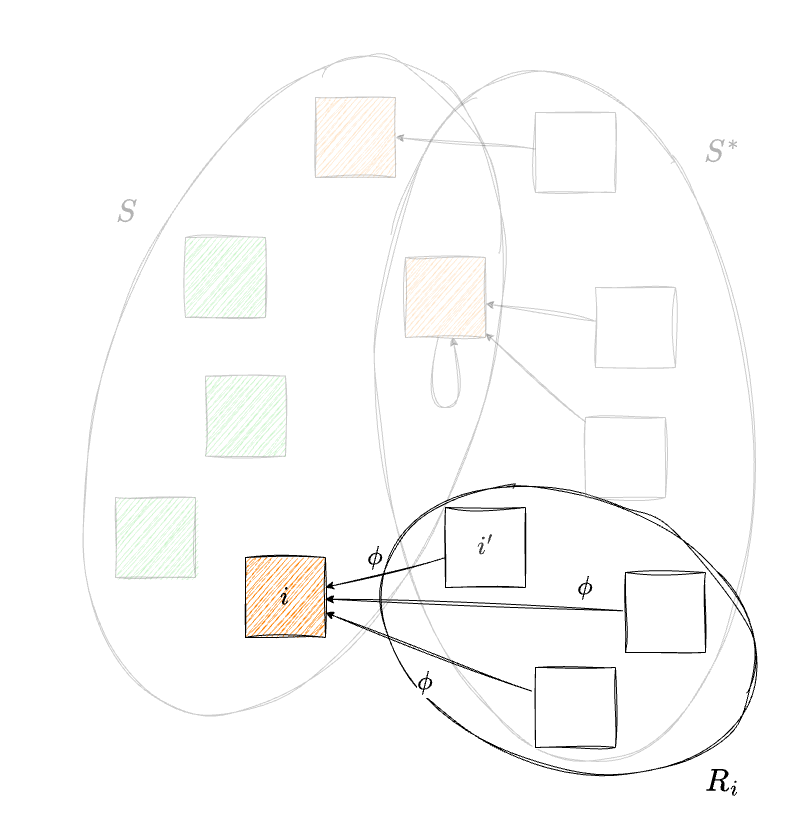
okayama-daiki/approximation-algorithms keeps this draw.io diagram as slides/ch7/figures/unsafe-facility-add.drawio.png. Above is the earlier version. Source tidied: cells renumbered, new cells last; positions are measured from the earlier drawing's top-left corner, leaving out a move shared by most shapes.
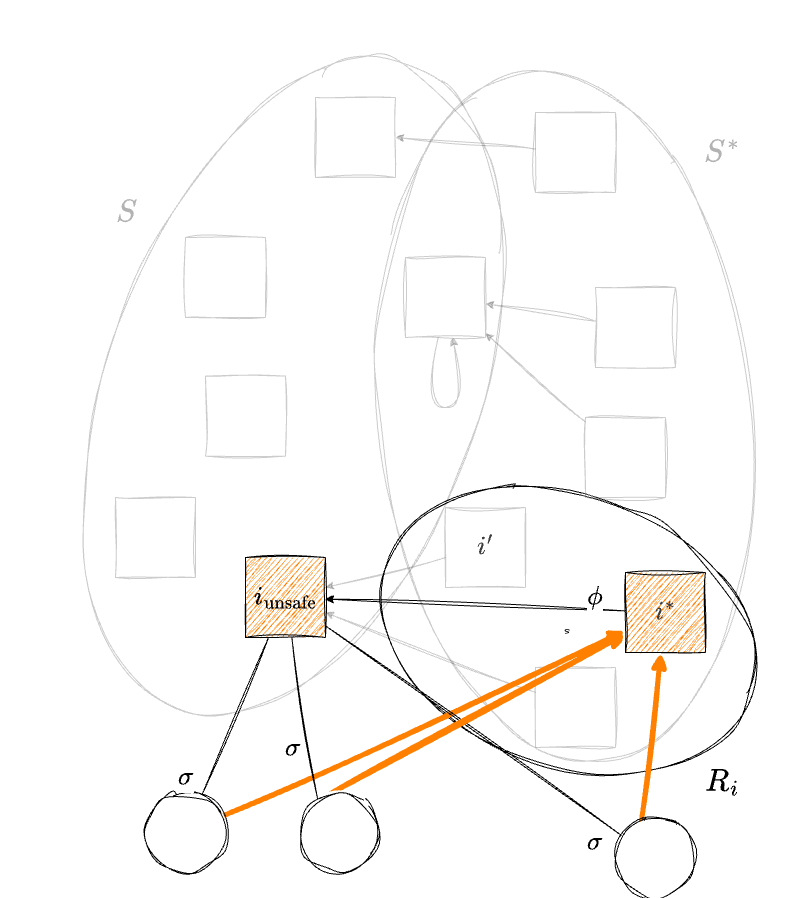
After the change.

Commit message:
Update slides and figures for facility location problem; add new definitions and improve local search algorithm presentation.

Diff of the diagram source:
```diff
@@ -2,7 +2,7 @@
   <root>
     <mxCell id="0" />
     <mxCell id="1" parent="0" />
-    <mxCell id="2" style="ellipse;whiteSpace=wrap;html=1;hachureGap=4;fontFamily=Architects Daughter;fontSource=https%3A%2F%2Ffonts.googleapis.com%2Fcss%3Ffamily%3DArchitects%2BDaughter;fontSize=11;fontColor=default;labelBackgroundColor=default;fillColor=none;sketch=1;curveFitting=1;jiggle=2;rotation=20;flipH=0;flipV=0;" parent="1" vertex="1">
+    <mxCell id="2" value="s" style="ellipse;whiteSpace=wrap;html=1;hachureGap=4;fontFamily=Architects Daughter;fontSource=https%3A%2F%2Ffonts.googleapis.com%2Fcss%3Ffamily%3DArchitects%2BDaughter;fontSize=11;fontColor=default;labelBackgroundColor=default;fillColor=none;sketch=1;curveFitting=1;jiggle=2;rotation=20;flipH=0;flipV=0;" parent="1" vertex="1">
       <mxGeometry x="278.3" y="449.5" width="386.7" height="272.7" as="geometry" />
     </mxCell>
     <mxCell id="3" style="edgeStyle=none;html=1;sketch=1;curveFitting=1;jiggle=2;" parent="1" edge="1" source="15" target="11">
@@ -17,36 +17,27 @@
     <mxCell id="6" value="&lt;font style=&quot;font-size: 30px; color: rgb(179, 179, 179);&quot;&gt;\(S^*\)&lt;/font&gt;" style="text;html=1;whiteSpace=wrap;strokeColor=none;fillColor=none;align=center;verticalAlign=middle;rounded=0;fontFamily=Architects Daughter;fontSource=https%3A%2F%2Ffonts.googleapis.com%2Fcss%3Ffamily%3DArchitects%2BDaughter;fontSize=11;fontColor=default;labelBackgroundColor=default;" parent="1" vertex="1">
       <mxGeometry x="595.7" y="93" width="60" height="30" as="geometry" />
     </mxCell>
-    <mxCell id="7" style="edgeStyle=none;shape=connector;rounded=0;sketch=1;hachureGap=4;jiggle=2;curveFitting=1;jettySize=auto;html=1;strokeColor=default;align=center;verticalAlign=middle;fontFamily=Architects Daughter;fontSource=https%3A%2F%2Ffonts.googleapis.com%2Fcss%3Ffamily%3DArchitects%2BDaughter;fontSize=11;fontColor=default;labelBackgroundColor=default;endArrow=classic;" parent="1" edge="1" source="8" target="11">
+    <mxCell id="7" style="edgeStyle=none;shape=connector;rounded=0;sketch=1;hachureGap=4;jiggle=2;curveFitting=1;jettySize=auto;html=1;strokeColor=default;align=center;verticalAlign=middle;fontFamily=Architects Daughter;fontSource=https%3A%2F%2Ffonts.googleapis.com%2Fcss%3Ffamily%3DArchitects%2BDaughter;fontSize=11;fontColor=default;labelBackgroundColor=default;endArrow=classic;opacity=20;" parent="1" edge="1" source="8" target="11">
       <mxGeometry relative="1" as="geometry" />
     </mxCell>
-    <mxCell id="8" style="whiteSpace=wrap;html=1;sketch=1;hachureGap=4;jiggle=2;curveFitting=1;fontFamily=Architects Daughter;fontSource=https%3A%2F%2Ffonts.googleapis.com%2Fcss%3Ffamily%3DArchitects%2BDaughter;" parent="1" vertex="1">
+    <mxCell id="8" style="whiteSpace=wrap;html=1;sketch=1;hachureGap=4;jiggle=2;curveFitting=1;fontFamily=Architects Daughter;fontSource=https%3A%2F%2Ffonts.googleapis.com%2Fcss%3Ffamily%3DArchitects%2BDaughter;opacity=20;" parent="1" vertex="1">
       <mxGeometry x="439" y="623" width="80" height="80" as="geometry" />
     </mxCell>
     <mxCell id="9" value="&lt;font style=&quot;font-size: 30px; color: rgb(179, 179, 179);&quot;&gt;\(S\)&lt;/font&gt;" style="text;html=1;whiteSpace=wrap;strokeColor=none;fillColor=none;align=center;verticalAlign=middle;rounded=0;fontFamily=Architects Daughter;fontSource=https%3A%2F%2Ffonts.googleapis.com%2Fcss%3Ffamily%3DArchitects%2BDaughter;fontSize=11;fontColor=default;labelBackgroundColor=default;" parent="1" vertex="1">
       <mxGeometry x="-0.3" y="153" width="60" height="30" as="geometry" />
     </mxCell>
-    <mxCell id="10" value="&lt;font style=&quot;font-size: 25px;&quot;&gt;\(\phi\)&lt;/font&gt;" style="text;html=1;whiteSpace=wrap;strokeColor=none;fillColor=none;align=center;verticalAlign=middle;rounded=0;fontFamily=Architects Daughter;fontSource=https%3A%2F%2Ffonts.googleapis.com%2Fcss%3Ffamily%3DArchitects%2BDaughter;fontSize=11;fontColor=default;labelBackgroundColor=default;" parent="1" vertex="1">
-      <mxGeometry x="299" y="623" width="60" height="30" as="geometry" />
-    </mxCell>
-    <mxCell id="11" value="&lt;span style=&quot;font-size: 25px;&quot;&gt;\(i\)&lt;/span&gt;" style="whiteSpace=wrap;html=1;sketch=1;hachureGap=4;jiggle=2;curveFitting=1;fontFamily=Architects Daughter;fontSource=https%3A%2F%2Ffonts.googleapis.com%2Fcss%3Ffamily%3DArchitects%2BDaughter;fillColor=#FF8000;" parent="1" vertex="1">
+    <mxCell id="11" value="&lt;span style=&quot;font-size: 25px;&quot;&gt;\(i_{\text{unsafe}}\)&lt;/span&gt;" style="whiteSpace=wrap;html=1;sketch=1;hachureGap=4;jiggle=2;curveFitting=1;fontFamily=Architects Daughter;fontSource=https%3A%2F%2Ffonts.googleapis.com%2Fcss%3Ffamily%3DArchitects%2BDaughter;fillColor=#FF8000;" parent="1" vertex="1">
       <mxGeometry x="149" y="513" width="80" height="80" as="geometry" />
     </mxCell>
-    <mxCell id="12" style="edgeStyle=none;html=1;sketch=1;curveFitting=1;jiggle=2;" parent="1" edge="1" source="13" target="11">
+    <mxCell id="12" style="edgeStyle=none;html=1;sketch=1;curveFitting=1;jiggle=2;opacity=20;" parent="1" edge="1" source="13" target="11">
       <mxGeometry relative="1" as="geometry" />
     </mxCell>
-    <mxCell id="13" value="&lt;span style=&quot;color: rgb(63, 63, 63); font-size: 25px;&quot;&gt;\(i'\)&lt;/span&gt;" style="whiteSpace=wrap;html=1;sketch=1;hachureGap=4;jiggle=2;curveFitting=1;fontFamily=Architects Daughter;fontSource=https%3A%2F%2Ffonts.googleapis.com%2Fcss%3Ffamily%3DArchitects%2BDaughter;" parent="1" vertex="1">
+    <mxCell id="13" value="&lt;span style=&quot;color: rgb(63, 63, 63); font-size: 25px;&quot;&gt;\(i'\)&lt;/span&gt;" style="whiteSpace=wrap;html=1;sketch=1;hachureGap=4;jiggle=2;curveFitting=1;fontFamily=Architects Daughter;fontSource=https%3A%2F%2Ffonts.googleapis.com%2Fcss%3Ffamily%3DArchitects%2BDaughter;opacity=20;" parent="1" vertex="1">
       <mxGeometry x="349" y="463" width="80" height="80" as="geometry" />
     </mxCell>
-    <mxCell id="14" value="&lt;font style=&quot;font-size: 25px;&quot;&gt;\(\phi\)&lt;/font&gt;" style="text;html=1;whiteSpace=wrap;strokeColor=none;fillColor=none;align=center;verticalAlign=middle;rounded=0;fontFamily=Architects Daughter;fontSource=https%3A%2F%2Ffonts.googleapis.com%2Fcss%3Ffamily%3DArchitects%2BDaughter;fontSize=11;fontColor=default;labelBackgroundColor=default;" parent="1" vertex="1">
-      <mxGeometry x="249" y="498" width="60" height="30" as="geometry" />
-    </mxCell>
-    <mxCell id="15" style="whiteSpace=wrap;html=1;sketch=1;hachureGap=4;jiggle=2;curveFitting=1;fontFamily=Architects Daughter;fontSource=https%3A%2F%2Ffonts.googleapis.com%2Fcss%3Ffamily%3DArchitects%2BDaughter;" parent="1" vertex="1">
+    <mxCell id="15" value="&lt;span style=&quot;color: rgb(63, 63, 63); font-size: 25px;&quot;&gt;\(i^*\)&lt;/span&gt;" style="whiteSpace=wrap;html=1;sketch=1;hachureGap=4;jiggle=2;curveFitting=1;fontFamily=Architects Daughter;fontSource=https%3A%2F%2Ffonts.googleapis.com%2Fcss%3Ffamily%3DArchitects%2BDaughter;fillColor=#FF8000;" parent="1" vertex="1">
       <mxGeometry x="529" y="528" width="80" height="80" as="geometry" />
     </mxCell>
-    <mxCell id="16" value="&lt;font style=&quot;font-size: 25px;&quot;&gt;\(\phi\)&lt;/font&gt;" style="text;html=1;whiteSpace=wrap;strokeColor=none;fillColor=none;align=center;verticalAlign=middle;rounded=0;fontFamily=Architects Daughter;fontSource=https%3A%2F%2Ffonts.googleapis.com%2Fcss%3Ffamily%3DArchitects%2BDaughter;fontSize=11;fontColor=default;labelBackgroundColor=default;" parent="1" vertex="1">
-      <mxGeometry x="459" y="528" width="60" height="30" as="geometry" />
-    </mxCell>
     <mxCell id="17" style="group;" parent="1" vertex="1">
       <mxGeometry x="19" y="53" width="560" height="480" as="geometry" />
     </mxCell>
@@ -62,13 +53,13 @@
     <mxCell id="21" style="whiteSpace=wrap;html=1;sketch=1;hachureGap=4;jiggle=2;curveFitting=1;fontFamily=Architects Daughter;fontSource=https%3A%2F%2Ffonts.googleapis.com%2Fcss%3Ffamily%3DArchitects%2BDaughter;opacity=20;" parent="17" vertex="1">
       <mxGeometry x="470" y="320" width="80" height="80" as="geometry" />
     </mxCell>
-    <mxCell id="22" style="whiteSpace=wrap;html=1;sketch=1;hachureGap=4;jiggle=2;curveFitting=1;fontFamily=Architects Daughter;fontSource=https%3A%2F%2Ffonts.googleapis.com%2Fcss%3Ffamily%3DArchitects%2BDaughter;fillStyle=hachure;fillColor=#00CC00;opacity=20;" parent="17" vertex="1">
+    <mxCell id="22" style="whiteSpace=wrap;html=1;sketch=1;hachureGap=4;jiggle=2;curveFitting=1;fontFamily=Architects Daughter;fontSource=https%3A%2F%2Ffonts.googleapis.com%2Fcss%3Ffamily%3DArchitects%2BDaughter;fillStyle=hachure;fillColor=#FFFFFF;opacity=20;" parent="17" vertex="1">
       <mxGeometry x="70" y="140" width="80" height="80" as="geometry" />
     </mxCell>
-    <mxCell id="23" style="whiteSpace=wrap;html=1;sketch=1;hachureGap=4;jiggle=2;curveFitting=1;fontFamily=Architects Daughter;fontSource=https%3A%2F%2Ffonts.googleapis.com%2Fcss%3Ffamily%3DArchitects%2BDaughter;fillStyle=hachure;fillColor=#00CC00;opacity=20;" parent="17" vertex="1">
+    <mxCell id="23" style="whiteSpace=wrap;html=1;sketch=1;hachureGap=4;jiggle=2;curveFitting=1;fontFamily=Architects Daughter;fontSource=https%3A%2F%2Ffonts.googleapis.com%2Fcss%3Ffamily%3DArchitects%2BDaughter;fillStyle=hachure;fillColor=#FFFFFF;opacity=20;" parent="17" vertex="1">
       <mxGeometry y="400" width="80" height="80" as="geometry" />
     </mxCell>
-    <mxCell id="24" style="whiteSpace=wrap;html=1;sketch=1;hachureGap=4;jiggle=2;curveFitting=1;fontFamily=Architects Daughter;fontSource=https%3A%2F%2Ffonts.googleapis.com%2Fcss%3Ffamily%3DArchitects%2BDaughter;fillColor=#FF8000;opacity=20;" parent="17" vertex="1">
+    <mxCell id="24" style="whiteSpace=wrap;html=1;sketch=1;hachureGap=4;jiggle=2;curveFitting=1;fontFamily=Architects Daughter;fontSource=https%3A%2F%2Ffonts.googleapis.com%2Fcss%3Ffamily%3DArchitects%2BDaughter;fillColor=#FFFFFF;opacity=20;" parent="17" vertex="1">
       <mxGeometry x="290" y="160" width="80" height="80" as="geometry" />
     </mxCell>
     <mxCell id="25" style="edgeStyle=none;html=1;rounded=0;curved=1;sketch=1;curveFitting=1;jiggle=2;opacity=20;" parent="17" edge="1" source="24" target="24">
@@ -78,7 +69,7 @@
         </Array>
       </mxGeometry>
     </mxCell>
-    <mxCell id="26" style="whiteSpace=wrap;html=1;sketch=1;hachureGap=4;jiggle=2;curveFitting=1;fontFamily=Architects Daughter;fontSource=https%3A%2F%2Ffonts.googleapis.com%2Fcss%3Ffamily%3DArchitects%2BDaughter;fillStyle=hachure;fillColor=#FF8000;opacity=20;" parent="17" vertex="1">
+    <mxCell id="26" style="whiteSpace=wrap;html=1;sketch=1;hachureGap=4;jiggle=2;curveFitting=1;fontFamily=Architects Daughter;fontSource=https%3A%2F%2Ffonts.googleapis.com%2Fcss%3Ffamily%3DArchitects%2BDaughter;fillStyle=hachure;fillColor=#FFFFFF;opacity=20;" parent="17" vertex="1">
       <mxGeometry x="200" width="80" height="80" as="geometry" />
     </mxCell>
     <mxCell id="27" style="edgeStyle=none;html=1;entryX=1;entryY=0.5;entryDx=0;entryDy=0;sketch=1;curveFitting=1;jiggle=2;opacity=20;" parent="17" edge="1" source="28" target="26">
@@ -87,11 +78,58 @@
     <mxCell id="28" style="whiteSpace=wrap;html=1;sketch=1;hachureGap=4;jiggle=2;curveFitting=1;fontFamily=Architects Daughter;fontSource=https%3A%2F%2Ffonts.googleapis.com%2Fcss%3Ffamily%3DArchitects%2BDaughter;opacity=20;" parent="17" vertex="1">
       <mxGeometry x="420" y="15" width="80" height="80" as="geometry" />
     </mxCell>
-    <mxCell id="29" style="whiteSpace=wrap;html=1;sketch=1;hachureGap=4;jiggle=2;curveFitting=1;fontFamily=Architects Daughter;fontSource=https%3A%2F%2Ffonts.googleapis.com%2Fcss%3Ffamily%3DArchitects%2BDaughter;fillStyle=hachure;fillColor=#00CC00;opacity=20;" parent="17" vertex="1">
+    <mxCell id="29" style="whiteSpace=wrap;html=1;sketch=1;hachureGap=4;jiggle=2;curveFitting=1;fontFamily=Architects Daughter;fontSource=https%3A%2F%2Ffonts.googleapis.com%2Fcss%3Ffamily%3DArchitects%2BDaughter;fillStyle=hachure;fillColor=#FFFFFF;opacity=20;" parent="17" vertex="1">
       <mxGeometry x="90" y="278.6" width="80" height="80" as="geometry" />
     </mxCell>
     <mxCell id="30" value="&lt;font style=&quot;font-size: 30px;&quot;&gt;\(R_i\)&lt;/font&gt;" style="text;html=1;whiteSpace=wrap;strokeColor=none;fillColor=none;align=center;verticalAlign=middle;rounded=0;fontFamily=Architects Daughter;fontSource=https%3A%2F%2Ffonts.googleapis.com%2Fcss%3Ffamily%3DArchitects%2BDaughter;fontSize=11;fontColor=default;labelBackgroundColor=default;" parent="1" vertex="1">
       <mxGeometry x="595.7" y="722.1" width="60" height="30" as="geometry" />
     </mxCell>
+    <mxCell id="31" style="edgeStyle=none;html=1;sketch=1;curveFitting=1;jiggle=2;endArrow=none;endFill=0;" parent="1" edge="1" source="33" target="11">
+      <mxGeometry relative="1" as="geometry" />
+    </mxCell>
+    <mxCell id="32" style="edgeStyle=none;html=1;strokeWidth=5;sketch=1;curveFitting=1;jiggle=2;strokeColor=#FF8000;" parent="1" edge="1" source="33" target="15">
+      <mxGeometry relative="1" as="geometry" />
+    </mxCell>
+    <mxCell id="33" style="ellipse;whiteSpace=wrap;html=1;sketch=1;curveFitting=1;jiggle=2;" parent="1" vertex="1">
+      <mxGeometry x="49.6" y="748" width="80" height="80" as="geometry" />
+    </mxCell>
+    <mxCell id="34" style="edgeStyle=none;shape=connector;rounded=1;sketch=1;jiggle=2;curveFitting=1;html=1;strokeColor=default;align=center;verticalAlign=middle;fontFamily=Helvetica;fontSize=11;fontColor=default;labelBackgroundColor=default;endArrow=none;endFill=0;" parent="1" edge="1" target="11">
+      <mxGeometry relative="1" as="geometry">
+        <mxPoint x="525" y="791" as="sourcePoint" />
+      </mxGeometry>
+    </mxCell>
+    <mxCell id="35" style="edgeStyle=none;html=1;sketch=1;curveFitting=1;jiggle=2;strokeWidth=5;strokeColor=#FF8000;" parent="1" edge="1" target="15">
+      <mxGeometry relative="1" as="geometry">
+        <mxPoint x="545" y="776" as="sourcePoint" />
+      </mxGeometry>
+    </mxCell>
+    <mxCell id="36" style="edgeStyle=none;html=1;sketch=1;curveFitting=1;jiggle=2;endArrow=none;endFill=0;" parent="1" edge="1" target="11">
+      <mxGeometry relative="1" as="geometry">
+        <mxPoint x="221" y="754" as="sourcePoint" />
+      </mxGeometry>
+    </mxCell>
+    <mxCell id="37" style="edgeStyle=none;html=1;strokeWidth=5;sketch=1;curveFitting=1;jiggle=2;strokeColor=#FF8000;" parent="1" edge="1" target="15">
+      <mxGeometry relative="1" as="geometry">
+        <mxPoint x="234" y="749" as="sourcePoint" />
+      </mxGeometry>
+    </mxCell>
+    <mxCell id="38" value="&lt;span style=&quot;font-size: 25px;&quot;&gt;\(\sigma\)&lt;/span&gt;" style="text;html=1;whiteSpace=wrap;strokeColor=none;fillColor=none;align=center;verticalAlign=middle;rounded=0;fontFamily=Architects Daughter;fontSource=https%3A%2F%2Ffonts.googleapis.com%2Fcss%3Ffamily%3DArchitects%2BDaughter;fontSize=11;fontColor=default;labelBackgroundColor=default;" parent="1" vertex="1">
+      <mxGeometry x="59.6" y="718" width="60" height="30" as="geometry" />
+    </mxCell>
+    <mxCell id="39" value="&lt;span style=&quot;font-size: 25px;&quot;&gt;\(\sigma\)&lt;/span&gt;" style="text;html=1;whiteSpace=wrap;strokeColor=none;fillColor=none;align=center;verticalAlign=middle;rounded=0;fontFamily=Architects Daughter;fontSource=https%3A%2F%2Ffonts.googleapis.com%2Fcss%3Ffamily%3DArchitects%2BDaughter;fontSize=11;fontColor=default;labelBackgroundColor=default;" parent="1" vertex="1">
+      <mxGeometry x="166.7" y="688.7" width="60" height="30" as="geometry" />
+    </mxCell>
+    <mxCell id="40" value="&lt;span style=&quot;font-size: 25px;&quot;&gt;\(\sigma\)&lt;/span&gt;" style="text;html=1;whiteSpace=wrap;strokeColor=none;fillColor=none;align=center;verticalAlign=middle;rounded=0;fontFamily=Architects Daughter;fontSource=https%3A%2F%2Ffonts.googleapis.com%2Fcss%3Ffamily%3DArchitects%2BDaughter;fontSize=11;fontColor=default;labelBackgroundColor=default;" parent="1" vertex="1">
+      <mxGeometry x="469" y="783" width="60" height="30" as="geometry" />
+    </mxCell>
+    <mxCell id="41" style="ellipse;whiteSpace=wrap;html=1;sketch=1;curveFitting=1;jiggle=2;" parent="1" vertex="1">
+      <mxGeometry x="519" y="773" width="80" height="80" as="geometry" />
+    </mxCell>
+    <mxCell id="42" style="ellipse;whiteSpace=wrap;html=1;sketch=1;curveFitting=1;jiggle=2;" parent="1" vertex="1">
+      <mxGeometry x="202.3" y="748" width="80" height="80" as="geometry" />
+    </mxCell>
+    <mxCell id="43" value="&lt;font style=&quot;font-size: 25px;&quot;&gt;\(\phi\)&lt;/font&gt;" style="text;html=1;whiteSpace=wrap;strokeColor=none;fillColor=none;align=center;verticalAlign=middle;rounded=0;fontFamily=Architects Daughter;fontSource=https%3A%2F%2Ffonts.googleapis.com%2Fcss%3Ffamily%3DArchitects%2BDaughter;fontSize=11;fontColor=default;labelBackgroundColor=default;" parent="1" vertex="1">
+      <mxGeometry x="469" y="538" width="60" height="30" as="geometry" />
+    </mxCell>
   </root>
 </mxGraphModel>
```
